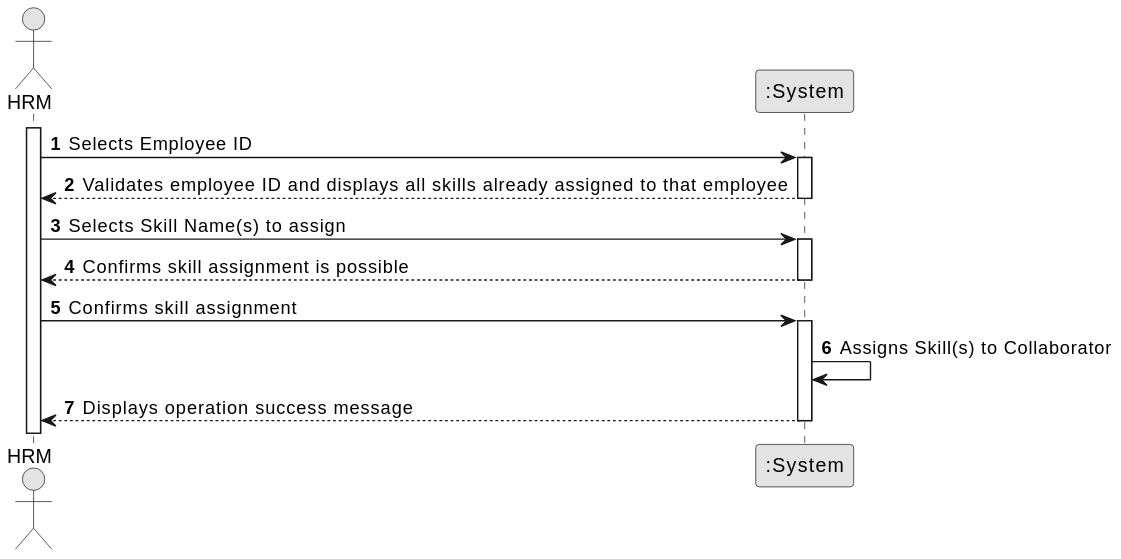
francisc-o-liveira/lei-24-s2-1dp-g163 keeps this PlantUML diagram as docs/sprintB/us004/01.requirements-engineering/svg/us004-system-sequence-diagram.svg. Above is the earlier version.
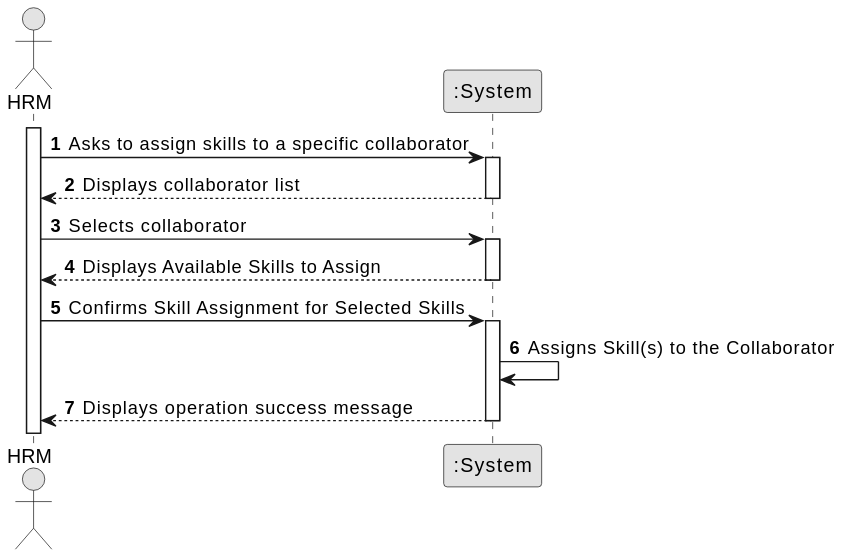
The same diagram one commit later.

The edit, as a diff of the source:
```diff
@@ -10,22 +10,22 @@
 
 activate HRManager
 
-HRManager -> System : Selects Employee ID
+HRManager -> System : Asks to assign skills to a specific collaborator
 activate System
 
-System --> HRManager :  Validates employee ID and displays all skills already assigned to that employee
+System --> HRManager :  Displays collaborator list
 deactivate System
 
-HRManager -> System : Selects Skill Name(s) to assign
+HRManager -> System : Selects collaborator
 activate System
 
-System --> HRManager : Confirms skill assignment is possible
+System --> HRManager : Displays Available Skills to Assign
 deactivate System
 
-HRManager -> System : Confirms skill assignment
+HRManager -> System : Confirms Skill Assignment for Selected Skills
 activate System
 
-System -> System : Assigns Skill(s) to Collaborator
+System -> System : Assigns Skill(s) to the Collaborator
 System --> HRManager : Displays operation success message
 
 deactivate System
```
